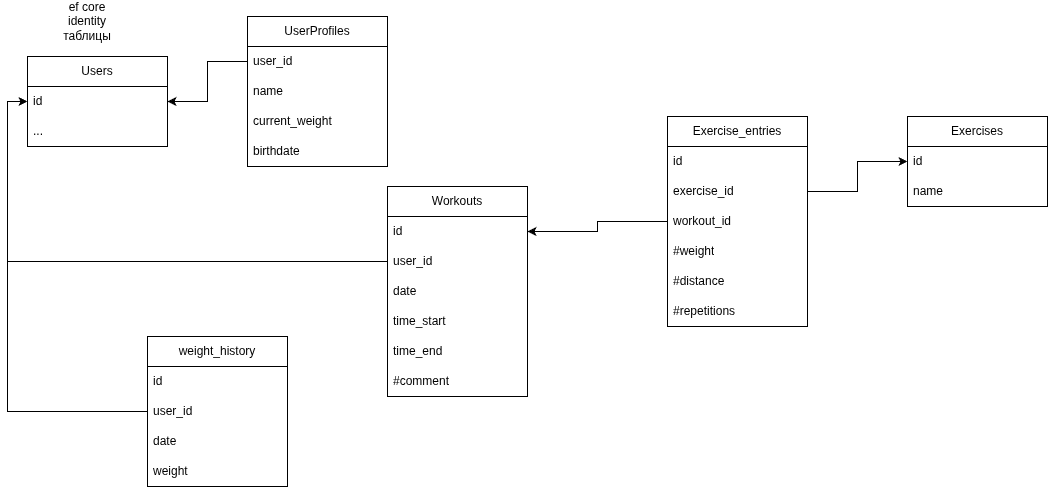
This is tracker-db.drawio.png from CITRUSR/sports-tracker, a draw.io export, as it was before one commit. Source tidied: cells renumbered, new cells last; positions are measured from the earlier drawing's top-left corner, leaving out a move shared by most shapes.
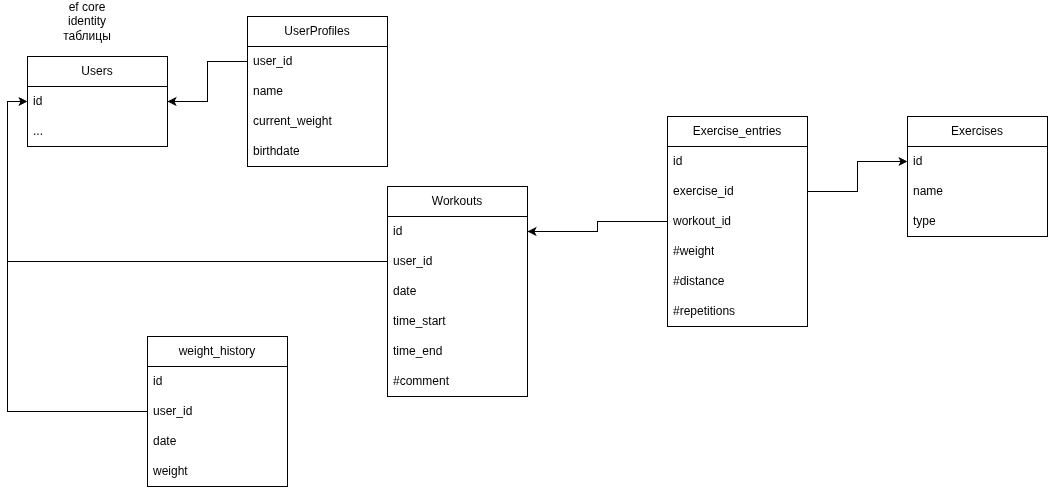
Later version of the same file.

The edit, as a diff of the source:
```diff
@@ -39,7 +39,7 @@
       <mxGeometry y="180" width="140" height="30" as="geometry" />
     </mxCell>
     <mxCell id="14" value="&lt;span class=&quot;FbVJjN6Hn_SkO0brKm6Q Nu5oHBnoIsaNGxp45Iup wys8db2rsYt2l5vK9OFU XIDYGWsoTGAEBIcv3FkQ YrEYeqPS_UPLU4JgRSnt Mrphoe76dF_2Qsh9PgQ9 GZHO8xV8rEfuWzso2N04 SNV4Fi0YUQbaCGPS7AZL y21N3fUhhA3e0zwVBrsw&quot;&gt;Exercises&lt;/span&gt;" style="swimlane;fontStyle=0;horizontal=1;startSize=30;whiteSpace=wrap;html=1;" parent="1" vertex="1">
-      <mxGeometry x="880" y="110" width="140" height="90" as="geometry" />
+      <mxGeometry x="880" y="110" width="140" height="120" as="geometry" />
     </mxCell>
     <mxCell id="15" value="id" style="text;strokeColor=none;fillColor=none;align=left;verticalAlign=middle;spacingLeft=4;spacingRight=4;overflow=hidden;points=[[0,0.5],[1,0.5]];portConstraint=eastwest;whiteSpace=wrap;html=1;" parent="14" vertex="1">
       <mxGeometry y="30" width="140" height="30" as="geometry" />
@@ -47,6 +47,9 @@
     <mxCell id="16" value="name" style="text;strokeColor=none;fillColor=none;align=left;verticalAlign=middle;spacingLeft=4;spacingRight=4;overflow=hidden;whiteSpace=wrap;html=1;" parent="14" vertex="1">
       <mxGeometry y="60" width="140" height="30" as="geometry" />
     </mxCell>
+    <mxCell id="38" value="type" style="text;strokeColor=none;fillColor=none;align=left;verticalAlign=middle;spacingLeft=4;spacingRight=4;overflow=hidden;whiteSpace=wrap;html=1;" parent="14" vertex="1">
+      <mxGeometry y="90" width="140" height="30" as="geometry" />
+    </mxCell>
     <mxCell id="17" value="&lt;span class=&quot;FbVJjN6Hn_SkO0brKm6Q Nu5oHBnoIsaNGxp45Iup wys8db2rsYt2l5vK9OFU XIDYGWsoTGAEBIcv3FkQ YrEYeqPS_UPLU4JgRSnt Mrphoe76dF_2Qsh9PgQ9 GZHO8xV8rEfuWzso2N04 SNV4Fi0YUQbaCGPS7AZL y21N3fUhhA3e0zwVBrsw&quot;&gt;Exercise_entries&lt;/span&gt;" style="swimlane;fontStyle=0;horizontal=1;startSize=30;whiteSpace=wrap;html=1;" parent="1" vertex="1">
       <mxGeometry x="640" y="110" width="140" height="210" as="geometry" />
     </mxCell>
```
